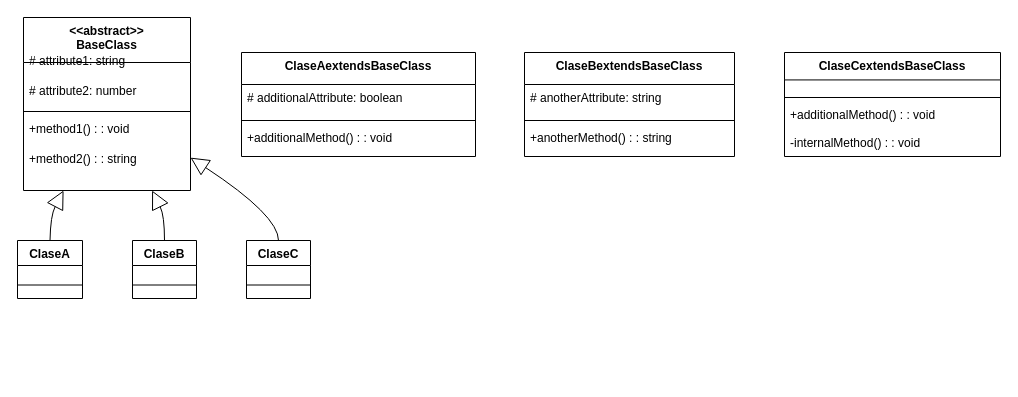
Above: diagram/Diagrama sin título.drawio in ReneDeveloper/data_japo (draw.io), before the change. Source tidied: cells renumbered, new cells numbered last; positions are measured from the earlier drawing's top-left corner, leaving out a move shared by most shapes. Both pictures are drawn from the tidied source at 100%, with x=0, y=0 at pixel (17, 17).
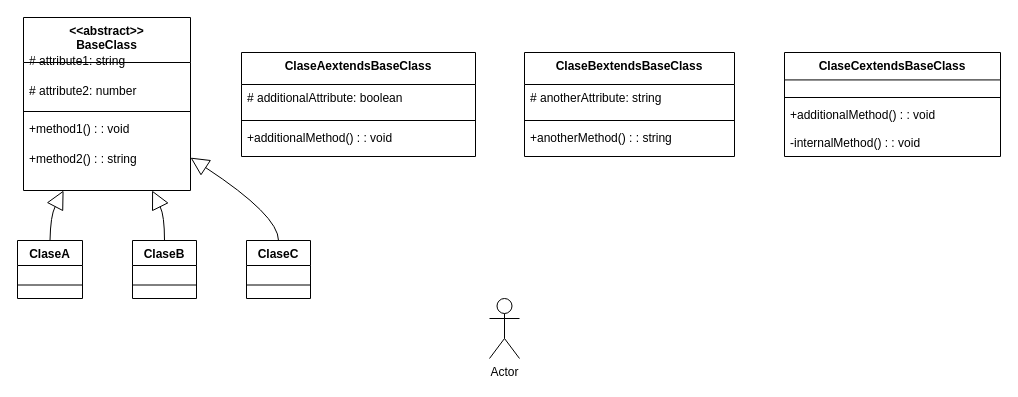
The same diagram, later.

Change to the diagram source:
```diff
@@
+    <mxCell id="29" value="Actor" style="shape=umlActor;verticalLabelPosition=bottom;verticalAlign=top;html=1;" parent="1" vertex="1">
+      <mxGeometry x="472" y="281" width="30" height="60" as="geometry" />
+    </mxCell>
```
